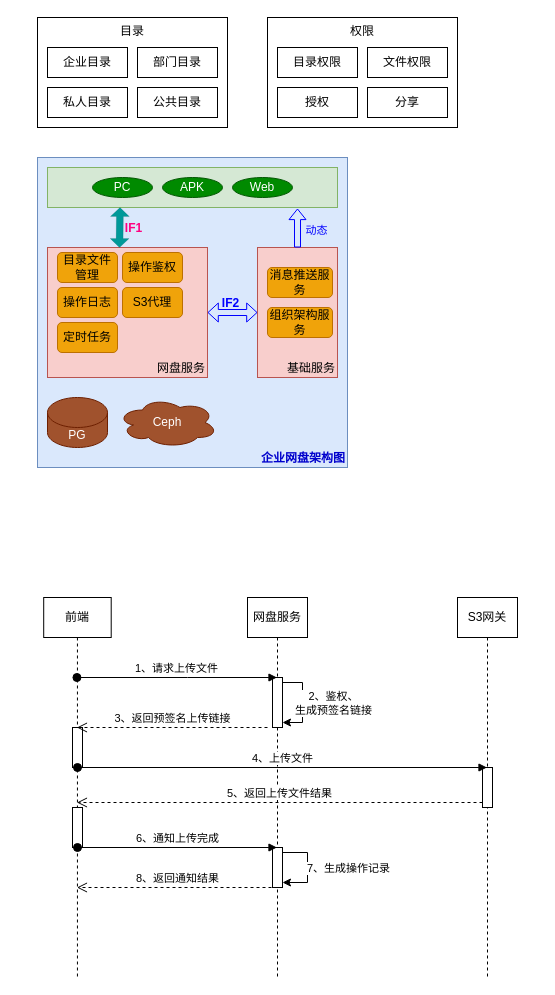
This is page "企业网盘" (4 of 4) of StreamOA架构设计.drawio from zebra-min/my-design, a draw.io file, before an edit. Source tidied: cells renumbered, new cells numbered last; positions are measured from the earlier drawing's top-left corner, leaving out a move shared by most shapes. Both pictures are drawn from the tidied source at 100%, with x=0, y=0 at pixel (37, 17).
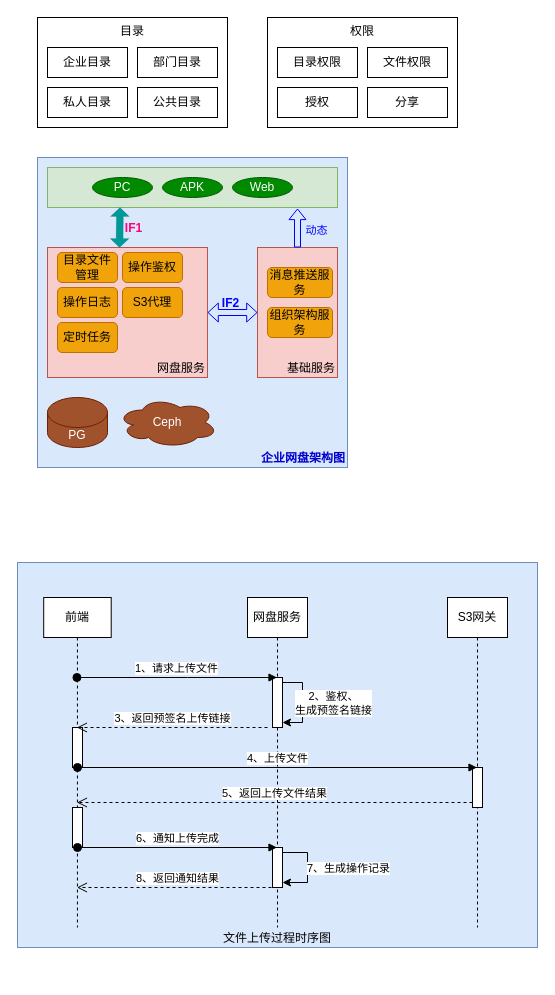
The same page after the edit.

Commit message:
更新StreamOA架构设计.drawio

What changed in the source:
```diff
@@
+    <mxCell id="52" value="文件上传过程时序图" style="rounded=0;whiteSpace=wrap;html=1;fillColor=#dae8fc;strokeColor=#6c8ebf;verticalAlign=bottom;" parent="1" vertex="1">
+      <mxGeometry x="-20" y="545" width="520" height="385" as="geometry" />
+    </mxCell>
@@
     <mxCell id="34" value="前端" style="shape=umlLifeline;perimeter=lifelinePerimeter;whiteSpace=wrap;html=1;outlineConnect=0;portConstraint=eastwest;newEdgeStyle={&quot;curved&quot;:0,&quot;rounded&quot;:0};" parent="1" vertex="1">
-      <mxGeometry x="6.2" y="580" width="67.5" height="380" as="geometry" />
+      <mxGeometry x="6.2" y="580" width="67.5" height="330" as="geometry" />
     </mxCell>
@@
     <mxCell id="37" value="网盘服务" style="shape=umlLifeline;perimeter=lifelinePerimeter;whiteSpace=wrap;html=1;outlineConnect=0;portConstraint=eastwest;newEdgeStyle={&quot;curved&quot;:0,&quot;rounded&quot;:0};" parent="1" vertex="1">
-      <mxGeometry x="210" y="580" width="60" height="380" as="geometry" />
+      <mxGeometry x="210" y="580" width="60" height="330" as="geometry" />
     </mxCell>
@@
     <mxCell id="44" value="S3网关" style="shape=umlLifeline;perimeter=lifelinePerimeter;whiteSpace=wrap;html=1;outlineConnect=0;portConstraint=eastwest;newEdgeStyle={&quot;curved&quot;:0,&quot;rounded&quot;:0};" parent="1" vertex="1">
-      <mxGeometry x="420" y="580" width="60" height="380" as="geometry" />
+      <mxGeometry x="410" y="580" width="60" height="330" as="geometry" />
     </mxCell>
```
